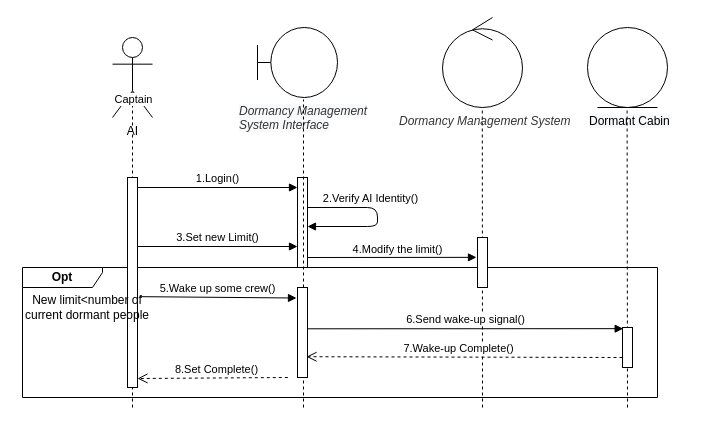
DukeofCambridge/Diagrams keeps this draw.io diagram as SAD/SetLimitSequence.drawio. Above is the earlier version. Source tidied: cells renumbered, new cells numbered last; positions are measured from the earlier drawing's top-left corner, leaving out a move shared by most shapes. Both pictures are drawn from the tidied source at 100%, with x=0, y=0 at pixel (17, 17).
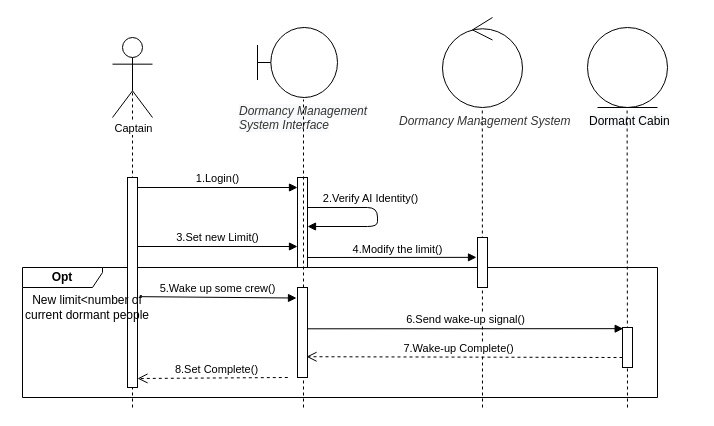
The same page after the edit.

The change refers to these unchanged cells:
```xml
<mxCell id="4" style="endArrow=none;dashed=1;html=1;entryX=0.5;entryY=0.5;entryDx=0;entryDy=0;entryPerimeter=0;" parent="1" edge="1" target="3">
  <mxGeometry relative="1" as="geometry">
    <mxPoint x="115" y="390" as="sourcePoint" />
    <Array as="points">
      <mxPoint x="115" y="310" />
    </Array>
  </mxGeometry>
</mxCell>
```

Diff of the diagram source:
```diff
@@
-    <mxCell id="3" value="AI" style="shape=umlActor;verticalLabelPosition=bottom;verticalAlign=top;html=1;outlineConnect=0;" parent="1" vertex="1">
+    <mxCell id="3" style="shape=umlActor;verticalLabelPosition=bottom;verticalAlign=top;html=1;outlineConnect=0;" parent="1" vertex="1">
       <mxGeometry x="95" y="20" width="40" height="80" as="geometry" />
     </mxCell>
@@
     <mxCell id="5" value="Captain" style="edgeLabel;html=1;align=center;verticalAlign=middle;" parent="4" vertex="1">
       <mxGeometry x="0.84" y="4" relative="1" as="geometry">
-        <mxPoint x="4" y="-5" as="offset" />
+        <mxPoint x="4" y="24" as="offset" />
       </mxGeometry>
     </mxCell>
```
